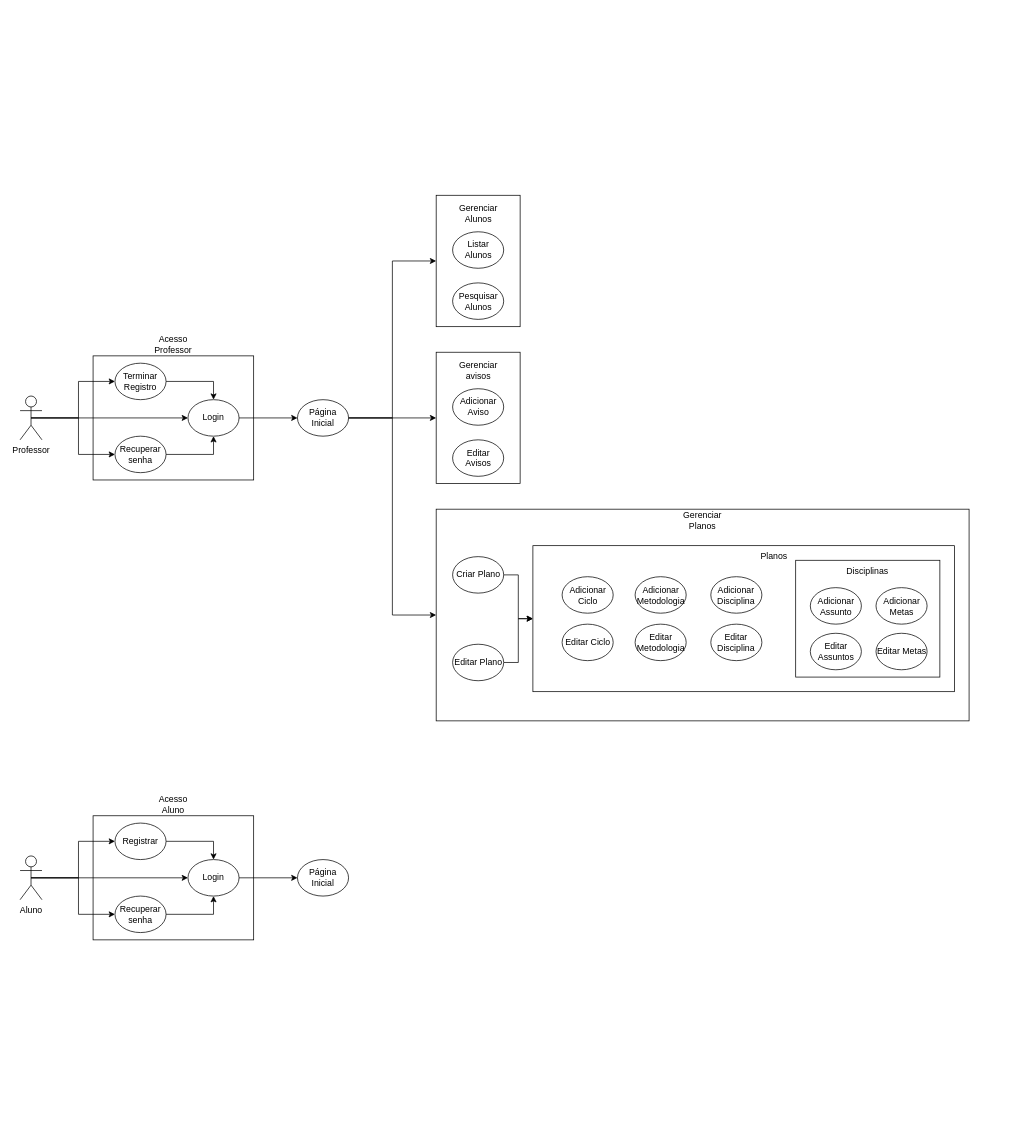
Above: Untitled Diagram.drawio in LucasGSAntunes/Portfolio (draw.io), before the change. Source tidied: cells renumbered, new cells numbered last; positions are measured from the earlier drawing's top-left corner, leaving out a move shared by most shapes. Both pictures are drawn from the tidied source at 73%, with x=0, y=0 at pixel (20, 195).
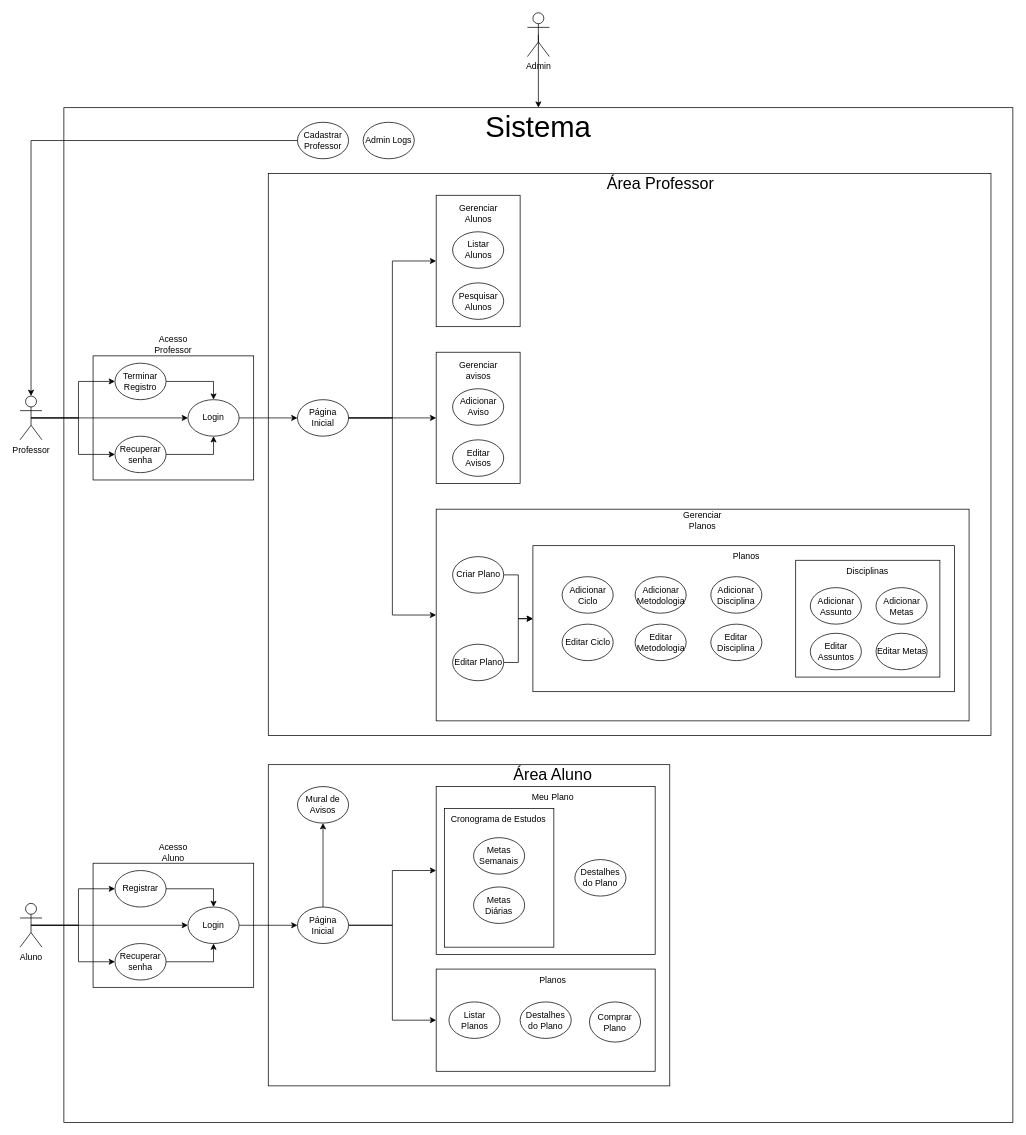
The same diagram, later.

Commit message:
Casos de Uso Cronograma de Estudos

The change refers to these unchanged cells:
```xml
<mxCell id="9" value="Professor&lt;br&gt;" style="shape=umlActor;verticalLabelPosition=bottom;verticalAlign=top;html=1;outlineConnect=0;" parent="1" vertex="1">
  <mxGeometry y="275" width="30" height="60" as="geometry" />
</mxCell>
```

The edit, as a diff of the source:
```diff
@@
+    <mxCell id="59" style="rounded=0;whiteSpace=wrap;html=1;" parent="1" vertex="1">
+      <mxGeometry x="60" y="-120" width="1300" height="1390" as="geometry" />
+    </mxCell>
+    <mxCell id="60" style="rounded=0;whiteSpace=wrap;html=1;" parent="1" vertex="1">
+      <mxGeometry x="340" y="780" width="550" height="440" as="geometry" />
+    </mxCell>
+    <mxCell id="61" style="rounded=0;whiteSpace=wrap;html=1;" parent="1" vertex="1">
+      <mxGeometry x="340" y="-30" width="990" height="770" as="geometry" />
+    </mxCell>
@@
     <mxCell id="17" style="rounded=0;whiteSpace=wrap;html=1;fillColor=none;" parent="1" vertex="1">
-      <mxGeometry x="100" y="850" width="220" height="170" as="geometry" />
+      <mxGeometry x="100" y="915" width="220" height="170" as="geometry" />
     </mxCell>
@@
     <mxCell id="19" value="Registrar" style="ellipse;whiteSpace=wrap;html=1;" parent="1" vertex="1">
-      <mxGeometry x="130" y="860" width="70" height="50" as="geometry" />
+      <mxGeometry x="130" y="925" width="70" height="50" as="geometry" />
     </mxCell>
@@
     <mxCell id="21" value="Recuperar senha" style="ellipse;whiteSpace=wrap;html=1;" parent="1" vertex="1">
-      <mxGeometry x="130" y="960" width="70" height="50" as="geometry" />
+      <mxGeometry x="130" y="1025" width="70" height="50" as="geometry" />
     </mxCell>
@@
     <mxCell id="23" value="Login&lt;br&gt;" style="ellipse;whiteSpace=wrap;html=1;" parent="1" vertex="1">
-      <mxGeometry x="230" y="910" width="70" height="50" as="geometry" />
+      <mxGeometry x="230" y="975" width="70" height="50" as="geometry" />
     </mxCell>
@@
     <mxCell id="27" value="Aluno" style="shape=umlActor;verticalLabelPosition=bottom;verticalAlign=top;html=1;outlineConnect=0;" parent="1" vertex="1">
-      <mxGeometry y="905" width="30" height="60" as="geometry" />
+      <mxGeometry y="970" width="30" height="60" as="geometry" />
     </mxCell>
     <mxCell id="28" value="Acesso Aluno" style="text;html=1;strokeColor=none;fillColor=none;align=center;verticalAlign=middle;whiteSpace=wrap;rounded=0;" parent="1" vertex="1">
-      <mxGeometry x="180" y="820" width="60" height="30" as="geometry" />
+      <mxGeometry x="180" y="885" width="60" height="30" as="geometry" />
     </mxCell>
@@
+    <mxCell id="62" style="edgeStyle=orthogonalEdgeStyle;rounded=0;jettySize=auto;html=1;exitX=0.5;exitY=0;exitDx=0;exitDy=0;entryX=0.5;entryY=1;entryDx=0;entryDy=0;" parent="1" edge="1" source="34" target="66">
+      <mxGeometry relative="1" as="geometry" />
+    </mxCell>
+    <mxCell id="63" style="edgeStyle=orthogonalEdgeStyle;rounded=0;jettySize=auto;html=1;exitX=1;exitY=0.5;exitDx=0;exitDy=0;entryX=0;entryY=0.5;entryDx=0;entryDy=0;" parent="1" edge="1" source="34" target="68">
+      <mxGeometry relative="1" as="geometry" />
+    </mxCell>
+    <mxCell id="64" style="edgeStyle=orthogonalEdgeStyle;rounded=0;jettySize=auto;html=1;exitX=1;exitY=0.5;exitDx=0;exitDy=0;entryX=0;entryY=0.5;entryDx=0;entryDy=0;" parent="1" edge="1" source="34" target="75">
+      <mxGeometry relative="1" as="geometry" />
+    </mxCell>
     <mxCell id="34" value="Página Inicial" style="ellipse;whiteSpace=wrap;html=1;" parent="1" vertex="1">
-      <mxGeometry x="380" y="910" width="70" height="50" as="geometry" />
+      <mxGeometry x="380" y="975" width="70" height="50" as="geometry" />
     </mxCell>
@@
     <mxCell id="45" value="Planos" style="text;html=1;strokeColor=none;fillColor=none;align=center;verticalAlign=middle;whiteSpace=wrap;rounded=0;" parent="1" vertex="1">
-      <mxGeometry x="1002.5" y="480" width="60" height="30" as="geometry" />
+      <mxGeometry x="965" y="480" width="60" height="30" as="geometry" />
     </mxCell>
@@
+    <mxCell id="65" value="Área Professor" style="text;html=1;strokeColor=none;fillColor=none;align=center;verticalAlign=middle;whiteSpace=wrap;rounded=0;fontSize=22;" parent="1" vertex="1">
+      <mxGeometry x="795" y="-30" width="165" height="30" as="geometry" />
+    </mxCell>
+    <mxCell id="66" value="Mural de Avisos" style="ellipse;whiteSpace=wrap;html=1;" parent="1" vertex="1">
+      <mxGeometry x="380" y="810" width="70" height="50" as="geometry" />
+    </mxCell>
+    <mxCell id="67" value="Área Aluno" style="text;html=1;strokeColor=none;fillColor=none;align=center;verticalAlign=middle;whiteSpace=wrap;rounded=0;fontSize=22;" parent="1" vertex="1">
+      <mxGeometry x="660" y="780" width="140" height="30" as="geometry" />
+    </mxCell>
+    <mxCell id="68" style="rounded=0;whiteSpace=wrap;html=1;" parent="1" vertex="1">
+      <mxGeometry x="570" y="810" width="300" height="230" as="geometry" />
+    </mxCell>
+    <mxCell id="69" style="rounded=0;whiteSpace=wrap;html=1;" parent="1" vertex="1">
+      <mxGeometry x="581.2" y="840" width="150" height="190" as="geometry" />
+    </mxCell>
+    <mxCell id="70" value="Cronograma de Estudos" style="text;html=1;strokeColor=none;fillColor=none;align=center;verticalAlign=middle;whiteSpace=wrap;rounded=0;" parent="1" vertex="1">
+      <mxGeometry x="580" y="840" width="151.2" height="30" as="geometry" />
+    </mxCell>
+    <mxCell id="71" value="Metas Semanais" style="ellipse;whiteSpace=wrap;html=1;" parent="1" vertex="1">
+      <mxGeometry x="621.2" y="880" width="70" height="50" as="geometry" />
+    </mxCell>
+    <mxCell id="72" value="Metas Diárias" style="ellipse;whiteSpace=wrap;html=1;" parent="1" vertex="1">
+      <mxGeometry x="621.2" y="947.5" width="70" height="50" as="geometry" />
+    </mxCell>
+    <mxCell id="73" value="Destalhes do Plano" style="ellipse;whiteSpace=wrap;html=1;" parent="1" vertex="1">
+      <mxGeometry x="760" y="910" width="70" height="50" as="geometry" />
+    </mxCell>
+    <mxCell id="74" value="Meu Plano" style="text;html=1;strokeColor=none;fillColor=none;align=center;verticalAlign=middle;whiteSpace=wrap;rounded=0;" parent="1" vertex="1">
+      <mxGeometry x="700" y="810" width="60" height="30" as="geometry" />
+    </mxCell>
+    <mxCell id="75" style="rounded=0;whiteSpace=wrap;html=1;" parent="1" vertex="1">
+      <mxGeometry x="570" y="1060" width="300" height="140" as="geometry" />
+    </mxCell>
+    <mxCell id="76" value="Planos" style="text;html=1;strokeColor=none;fillColor=none;align=center;verticalAlign=middle;whiteSpace=wrap;rounded=0;" parent="1" vertex="1">
+      <mxGeometry x="700" y="1060" width="60" height="30" as="geometry" />
+    </mxCell>
+    <mxCell id="77" value="Listar Planos" style="ellipse;whiteSpace=wrap;html=1;" parent="1" vertex="1">
+      <mxGeometry x="587.5" y="1105" width="70" height="50" as="geometry" />
+    </mxCell>
+    <mxCell id="78" value="Destalhes do Plano" style="ellipse;whiteSpace=wrap;html=1;" parent="1" vertex="1">
+      <mxGeometry x="685" y="1105" width="70" height="50" as="geometry" />
+    </mxCell>
+    <mxCell id="79" value="Comprar Plano" style="ellipse;whiteSpace=wrap;html=1;" parent="1" vertex="1">
+      <mxGeometry x="780" y="1105" width="70" height="55" as="geometry" />
+    </mxCell>
+    <mxCell id="80" value="Cadastrar Professor" style="ellipse;whiteSpace=wrap;html=1;" parent="1" vertex="1">
+      <mxGeometry x="380" y="-100" width="70" height="50" as="geometry" />
+    </mxCell>
+    <mxCell id="81" value="Admin Logs" style="ellipse;whiteSpace=wrap;html=1;" parent="1" vertex="1">
+      <mxGeometry x="470" y="-100" width="70" height="50" as="geometry" />
+    </mxCell>
+    <mxCell id="82" style="edgeStyle=orthogonalEdgeStyle;rounded=0;jettySize=auto;html=1;exitX=0;exitY=0.5;exitDx=0;exitDy=0;entryX=0.5;entryY=0;entryDx=0;entryDy=0;entryPerimeter=0;" parent="1" edge="1" source="80" target="9">
+      <mxGeometry relative="1" as="geometry" />
+    </mxCell>
+    <mxCell id="83" value="Sistema" style="text;html=1;strokeColor=none;fillColor=none;align=center;verticalAlign=middle;whiteSpace=wrap;rounded=0;fontSize=40;" parent="1" vertex="1">
+      <mxGeometry x="680" y="-110" width="60" height="30" as="geometry" />
+    </mxCell>
+    <mxCell id="84" style="edgeStyle=orthogonalEdgeStyle;rounded=0;jettySize=auto;html=1;exitX=0.5;exitY=0.5;exitDx=0;exitDy=0;exitPerimeter=0;entryX=0.5;entryY=0;entryDx=0;entryDy=0;" parent="1" edge="1" source="85" target="59">
+      <mxGeometry relative="1" as="geometry" />
+    </mxCell>
+    <mxCell id="85" value="Admin" style="shape=umlActor;verticalLabelPosition=bottom;verticalAlign=top;html=1;outlineConnect=0;" parent="1" vertex="1">
+      <mxGeometry x="695" y="-250" width="30" height="60" as="geometry" />
+    </mxCell>
```
